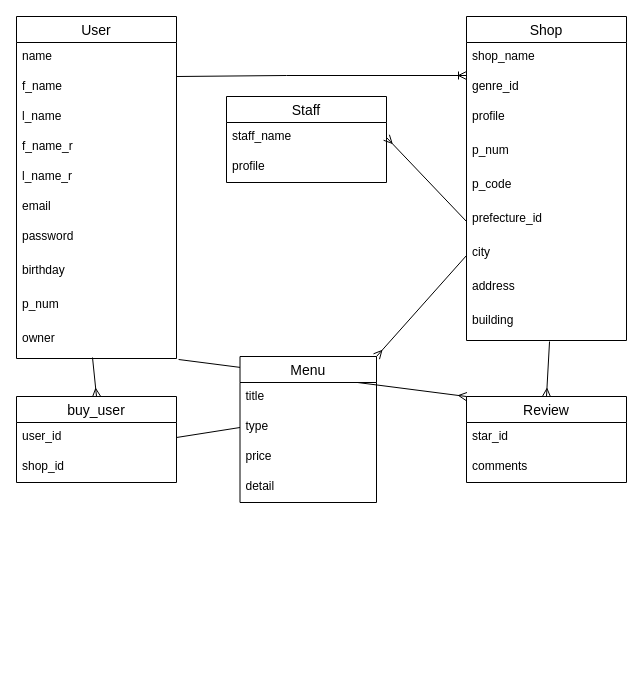
Earlier version of the draw.io diagram ER.dio (kazutoichikawa/rest). Source tidied: cells renumbered, new cells numbered last; positions are measured from the earlier drawing's top-left corner, leaving out a move shared by most shapes. Both pictures are drawn from the tidied source at 100%, with x=0, y=0 at pixel (16, 16).
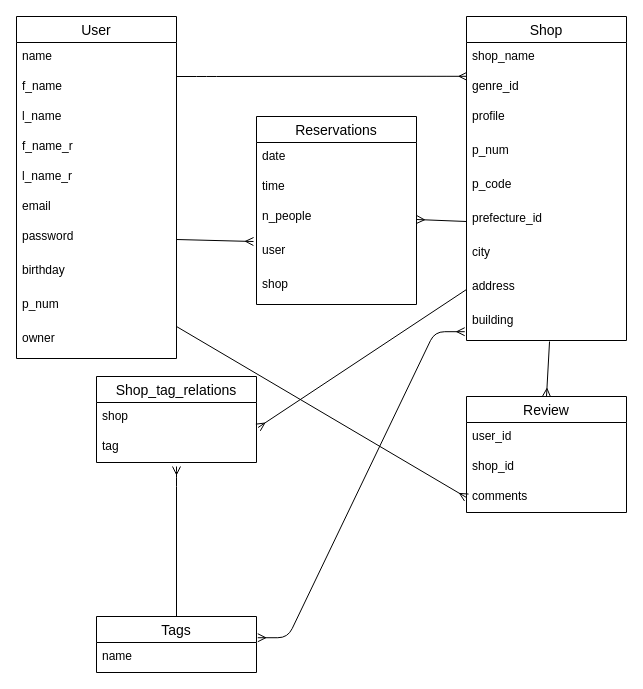
Above is the later version.

Unchanged cells that the change refers to:
```xml
<mxCell id="9" value="password" style="text;strokeColor=none;fillColor=none;spacingLeft=4;spacingRight=4;overflow=hidden;points=[[0,0.5],[1,0.5]];portConstraint=eastwest;fontSize=12;" parent="2" vertex="1">
  <mxGeometry y="206" width="160" height="34" as="geometry" />
</mxCell>
<mxCell id="12" value="owner" style="text;strokeColor=none;fillColor=none;spacingLeft=4;spacingRight=4;overflow=hidden;points=[[0,0.5],[1,0.5]];portConstraint=eastwest;fontSize=12;" parent="2" vertex="1">
  <mxGeometry y="308" width="160" height="34" as="geometry" />
</mxCell>
<mxCell id="13" value="Shop" style="swimlane;fontStyle=0;horizontal=1;startSize=26;align=center;fontSize=14;" parent="1" vertex="1">
  <mxGeometry x="450" width="160" height="324" as="geometry" />
</mxCell>
<mxCell id="15" value="genre_id" style="text;strokeColor=none;fillColor=none;spacingLeft=4;spacingRight=4;overflow=hidden;points=[[0,0.5],[1,0.5]];portConstraint=eastwest;fontSize=12;" parent="13" vertex="1">
  <mxGeometry y="56" width="160" height="30" as="geometry" />
</mxCell>
<mxCell id="19" value="prefecture_id" style="text;strokeColor=none;fillColor=none;spacingLeft=4;spacingRight=4;overflow=hidden;points=[[0,0.5],[1,0.5]];portConstraint=eastwest;fontSize=12;" parent="13" vertex="1">
  <mxGeometry y="188" width="160" height="34" as="geometry" />
</mxCell>
<mxCell id="21" value="city" style="text;strokeColor=none;fillColor=none;spacingLeft=4;spacingRight=4;overflow=hidden;points=[[0,0.5],[1,0.5]];portConstraint=eastwest;fontSize=12;" parent="13" vertex="1">
  <mxGeometry y="222" width="160" height="34" as="geometry" />
</mxCell>
<mxCell id="22" value="address" style="text;strokeColor=none;fillColor=none;spacingLeft=4;spacingRight=4;overflow=hidden;points=[[0,0.5],[1,0.5]];portConstraint=eastwest;fontSize=12;" parent="13" vertex="1">
  <mxGeometry y="256" width="160" height="34" as="geometry" />
</mxCell>
<mxCell id="23" value="building" style="text;strokeColor=none;fillColor=none;spacingLeft=4;spacingRight=4;overflow=hidden;points=[[0,0.5],[1,0.5]];portConstraint=eastwest;fontSize=12;" parent="13" vertex="1">
  <mxGeometry y="290" width="160" height="34" as="geometry" />
</mxCell>
```

The edit, as a diff of the source:
```diff
@@
-    <mxCell id="20" style="endArrow=none;html=1;rounded=0;startArrow=ERoneToMany;startFill=0;exitX=0;exitY=0.1;exitDx=0;exitDy=0;exitPerimeter=0;" parent="13" edge="1" source="15">
-      <mxGeometry relative="1" as="geometry">
-        <mxPoint x="-290" y="60" as="targetPoint" />
-        <Array as="points">
-          <mxPoint x="-180" y="59" />
-        </Array>
-      </mxGeometry>
-    </mxCell>
@@
     <mxCell id="24" value="Review" style="swimlane;fontStyle=0;horizontal=1;startSize=26;align=center;fontSize=14;" parent="1" vertex="1">
-      <mxGeometry x="450" y="380" width="160" height="86" as="geometry" />
+      <mxGeometry x="450" y="380" width="160" height="116" as="geometry" />
     </mxCell>
-    <mxCell id="25" value="star_id" style="text;strokeColor=none;fillColor=none;spacingLeft=4;spacingRight=4;overflow=hidden;fontSize=12;" parent="24" vertex="1">
+    <mxCell id="25" value="user_id&#10;" style="text;strokeColor=none;fillColor=none;spacingLeft=4;spacingRight=4;overflow=hidden;fontSize=12;" parent="24" vertex="1">
       <mxGeometry y="26" width="160" height="30" as="geometry" />
     </mxCell>
+    <mxCell id="29" value="shop_id&#10;" style="text;strokeColor=none;fillColor=none;spacingLeft=4;spacingRight=4;overflow=hidden;fontSize=12;" parent="24" vertex="1">
+      <mxGeometry y="56" width="160" height="30" as="geometry" />
+    </mxCell>
     <mxCell id="26" value="comments" style="text;strokeColor=none;fillColor=none;spacingLeft=4;spacingRight=4;overflow=hidden;points=[[0,0.5],[1,0.5]];portConstraint=eastwest;fontSize=12;" parent="24" vertex="1">
-      <mxGeometry y="56" width="160" height="30" as="geometry" />
+      <mxGeometry y="86" width="160" height="30" as="geometry" />
     </mxCell>
-    <mxCell id="27" value="buy_user" style="swimlane;fontStyle=0;horizontal=1;startSize=26;align=center;fontSize=14;" parent="1" vertex="1">
-      <mxGeometry y="380" width="160" height="86" as="geometry" />
-    </mxCell>
-    <mxCell id="28" value="user_id" style="text;strokeColor=none;fillColor=none;spacingLeft=4;spacingRight=4;overflow=hidden;points=[[0,0.5],[1,0.5]];portConstraint=eastwest;fontSize=12;" parent="27" vertex="1">
-      <mxGeometry y="26" width="160" height="30" as="geometry" />
-    </mxCell>
-    <mxCell id="29" value="shop_id" style="text;strokeColor=none;fillColor=none;spacingLeft=4;spacingRight=4;overflow=hidden;fontSize=12;" parent="27" vertex="1">
-      <mxGeometry y="56" width="160" height="30" as="geometry" />
-    </mxCell>
@@
-    <mxCell id="31" style="endArrow=none;html=1;rounded=0;exitX=0;exitY=0;exitDx=0;exitDy=0;entryX=1.013;entryY=1.029;entryDx=0;entryDy=0;startArrow=ERmany;startFill=0;entryPerimeter=0;" parent="1" edge="1" source="24" target="12">
-      <mxGeometry relative="1" as="geometry" />
-    </mxCell>
-    <mxCell id="32" style="endArrow=none;html=1;rounded=0;exitX=1;exitY=0.5;exitDx=0;exitDy=0;entryX=0;entryY=0.5;entryDx=0;entryDy=0;" parent="1" edge="1" source="28" target="39">
-      <mxGeometry relative="1" as="geometry" />
-    </mxCell>
-    <mxCell id="33" style="endArrow=none;html=1;rounded=0;exitX=0.5;exitY=0;exitDx=0;exitDy=0;entryX=0.475;entryY=0.971;entryDx=0;entryDy=0;startArrow=ERmany;startFill=0;entryPerimeter=0;" parent="1" edge="1" source="27" target="12">
-      <mxGeometry relative="1" as="geometry" />
-    </mxCell>
-    <mxCell id="34" value="Staff" style="swimlane;fontStyle=0;horizontal=1;startSize=26;align=center;fontSize=14;" parent="1" vertex="1">
-      <mxGeometry x="210" y="80" width="160" height="86" as="geometry" />
-    </mxCell>
-    <mxCell id="35" value="staff_name" style="text;strokeColor=none;fillColor=none;spacingLeft=4;spacingRight=4;overflow=hidden;points=[[0,0.5],[1,0.5]];portConstraint=eastwest;fontSize=12;" parent="34" vertex="1">
-      <mxGeometry y="26" width="160" height="30" as="geometry" />
-    </mxCell>
-    <mxCell id="36" value="profile" style="text;strokeColor=none;fillColor=none;spacingLeft=4;spacingRight=4;overflow=hidden;fontSize=12;" parent="34" vertex="1">
-      <mxGeometry y="56" width="160" height="30" as="geometry" />
-    </mxCell>
-    <mxCell id="37" value="Menu" style="swimlane;fontStyle=0;horizontal=1;startSize=26;align=center;fontSize=14;" parent="1" vertex="1">
-      <mxGeometry x="223.5" y="340" width="136.5" height="146" as="geometry" />
-    </mxCell>
-    <mxCell id="38" value="title" style="text;strokeColor=none;fillColor=none;spacingLeft=4;spacingRight=4;overflow=hidden;fontSize=12;" parent="37" vertex="1">
-      <mxGeometry y="26" width="136.5" height="30" as="geometry" />
-    </mxCell>
-    <mxCell id="39" value="type" style="text;strokeColor=none;fillColor=none;spacingLeft=4;spacingRight=4;overflow=hidden;points=[[0,0.5],[1,0.5]];portConstraint=eastwest;fontSize=12;" parent="37" vertex="1">
-      <mxGeometry y="56" width="136.5" height="30" as="geometry" />
-    </mxCell>
-    <mxCell id="40" value="price&#10;" style="text;strokeColor=none;fillColor=none;spacingLeft=4;spacingRight=4;overflow=hidden;fontSize=12;" parent="37" vertex="1">
-      <mxGeometry y="86" width="136.5" height="30" as="geometry" />
-    </mxCell>
-    <mxCell id="41" value="detail" style="text;strokeColor=none;fillColor=none;spacingLeft=4;spacingRight=4;overflow=hidden;fontSize=12;" parent="37" vertex="1">
-      <mxGeometry y="116" width="136.5" height="30" as="geometry" />
-    </mxCell>
-    <mxCell id="42" style="endArrow=none;html=1;rounded=0;entryX=0;entryY=0.5;entryDx=0;entryDy=0;exitX=1;exitY=0;exitDx=0;exitDy=0;startArrow=ERmany;startFill=0;" parent="1" edge="1" source="37" target="21">
-      <mxGeometry relative="1" as="geometry" />
-    </mxCell>
-    <mxCell id="43" style="endArrow=none;html=1;rounded=0;entryX=0;entryY=0.5;entryDx=0;entryDy=0;exitX=1;exitY=0.5;exitDx=0;exitDy=0;startArrow=ERmany;startFill=0;" parent="1" edge="1" source="35" target="19">
-      <mxGeometry relative="1" as="geometry" />
-    </mxCell>
+    <mxCell id="44" value="Tags" style="swimlane;fontStyle=0;horizontal=1;startSize=26;align=center;fontSize=14;" parent="1" vertex="1">
+      <mxGeometry x="80" y="600" width="160" height="56" as="geometry" />
+    </mxCell>
+    <mxCell id="45" value="name" style="text;strokeColor=none;fillColor=none;spacingLeft=4;spacingRight=4;overflow=hidden;fontSize=12;" parent="44" vertex="1">
+      <mxGeometry y="26" width="160" height="30" as="geometry" />
+    </mxCell>
+    <mxCell id="46" value="Shop_tag_relations" style="swimlane;fontStyle=0;horizontal=1;startSize=26;align=center;fontSize=14;" parent="1" vertex="1">
+      <mxGeometry x="80" y="360" width="160" height="86" as="geometry" />
+    </mxCell>
+    <mxCell id="47" value="shop" style="text;strokeColor=none;fillColor=none;spacingLeft=4;spacingRight=4;overflow=hidden;points=[[0,0.5],[1,0.5]];portConstraint=eastwest;fontSize=12;" parent="46" vertex="1">
+      <mxGeometry y="26" width="160" height="30" as="geometry" />
+    </mxCell>
+    <mxCell id="48" value="tag" style="text;strokeColor=none;fillColor=none;spacingLeft=4;spacingRight=4;overflow=hidden;fontSize=12;" parent="46" vertex="1">
+      <mxGeometry y="56" width="160" height="30" as="geometry" />
+    </mxCell>
+    <mxCell id="49" value="Reservations" style="swimlane;fontStyle=0;horizontal=1;startSize=26;align=center;fontSize=14;" parent="1" vertex="1">
+      <mxGeometry x="240" y="100" width="160" height="188" as="geometry" />
+    </mxCell>
+    <mxCell id="50" value="date&#10;" style="text;strokeColor=none;fillColor=none;spacingLeft=4;spacingRight=4;overflow=hidden;fontSize=12;" parent="49" vertex="1">
+      <mxGeometry y="26" width="160" height="30" as="geometry" />
+    </mxCell>
+    <mxCell id="51" value="time" style="text;strokeColor=none;fillColor=none;spacingLeft=4;spacingRight=4;overflow=hidden;fontSize=12;" parent="49" vertex="1">
+      <mxGeometry y="56" width="160" height="30" as="geometry" />
+    </mxCell>
+    <mxCell id="52" style="fontSize=12;html=1;endArrow=ERmany;entryX=0;entryY=0.5;entryDx=0;entryDy=0;" parent="49" edge="1" target="26">
+      <mxGeometry relative="1" as="geometry">
+        <mxPoint x="-80" y="210" as="sourcePoint" />
+      </mxGeometry>
+    </mxCell>
+    <mxCell id="53" value="n_people" style="text;strokeColor=none;fillColor=none;spacingLeft=4;spacingRight=4;overflow=hidden;points=[[0,0.5],[1,0.5]];portConstraint=eastwest;fontSize=12;" parent="49" vertex="1">
+      <mxGeometry y="86" width="160" height="34" as="geometry" />
+    </mxCell>
+    <mxCell id="54" value="user" style="text;strokeColor=none;fillColor=none;spacingLeft=4;spacingRight=4;overflow=hidden;fontSize=12;" parent="49" vertex="1">
+      <mxGeometry y="120" width="160" height="34" as="geometry" />
+    </mxCell>
+    <mxCell id="55" style="edgeStyle=entityRelationEdgeStyle;fontSize=12;html=1;endArrow=ERmany;entryX=0.003;entryY=0.127;entryDx=0;entryDy=0;entryPerimeter=0;" parent="49" edge="1" target="15">
+      <mxGeometry relative="1" as="geometry">
+        <mxPoint x="-80" y="-40" as="sourcePoint" />
+      </mxGeometry>
+    </mxCell>
+    <mxCell id="56" value="shop" style="text;strokeColor=none;fillColor=none;spacingLeft=4;spacingRight=4;overflow=hidden;fontSize=12;" parent="49" vertex="1">
+      <mxGeometry y="154" width="160" height="34" as="geometry" />
+    </mxCell>
+    <mxCell id="57" style="fontSize=12;html=1;endArrow=ERmany;exitX=1;exitY=0.5;exitDx=0;exitDy=0;" parent="1" edge="1" source="9">
+      <mxGeometry relative="1" as="geometry">
+        <mxPoint x="237" y="225" as="targetPoint" />
+      </mxGeometry>
+    </mxCell>
+    <mxCell id="58" style="fontSize=12;html=1;endArrow=ERmany;entryX=1.01;entryY=0.833;entryDx=0;entryDy=0;exitX=0;exitY=0.5;exitDx=0;exitDy=0;entryPerimeter=0;" parent="1" edge="1" source="22" target="47">
+      <mxGeometry relative="1" as="geometry" />
+    </mxCell>
+    <mxCell id="59" style="fontSize=12;html=1;endArrow=ERmany;exitX=0.5;exitY=0;exitDx=0;exitDy=0;" parent="1" edge="1" source="44">
+      <mxGeometry relative="1" as="geometry">
+        <mxPoint x="160" y="450" as="targetPoint" />
+        <Array as="points">
+          <mxPoint x="160" y="460" />
+        </Array>
+      </mxGeometry>
+    </mxCell>
+    <mxCell id="60" style="edgeStyle=entityRelationEdgeStyle;fontSize=12;html=1;endArrow=ERmany;startArrow=ERmany;entryX=-0.011;entryY=0.741;entryDx=0;entryDy=0;entryPerimeter=0;exitX=1.008;exitY=0.379;exitDx=0;exitDy=0;exitPerimeter=0;" parent="1" edge="1" source="44" target="23">
+      <mxGeometry relative="1" as="geometry" />
+    </mxCell>
+    <mxCell id="61" style="fontSize=12;html=1;endArrow=ERmany;entryX=1;entryY=0.5;entryDx=0;entryDy=0;exitX=0;exitY=0.5;exitDx=0;exitDy=0;" parent="1" edge="1" source="19" target="53">
+      <mxGeometry relative="1" as="geometry" />
+    </mxCell>
```
